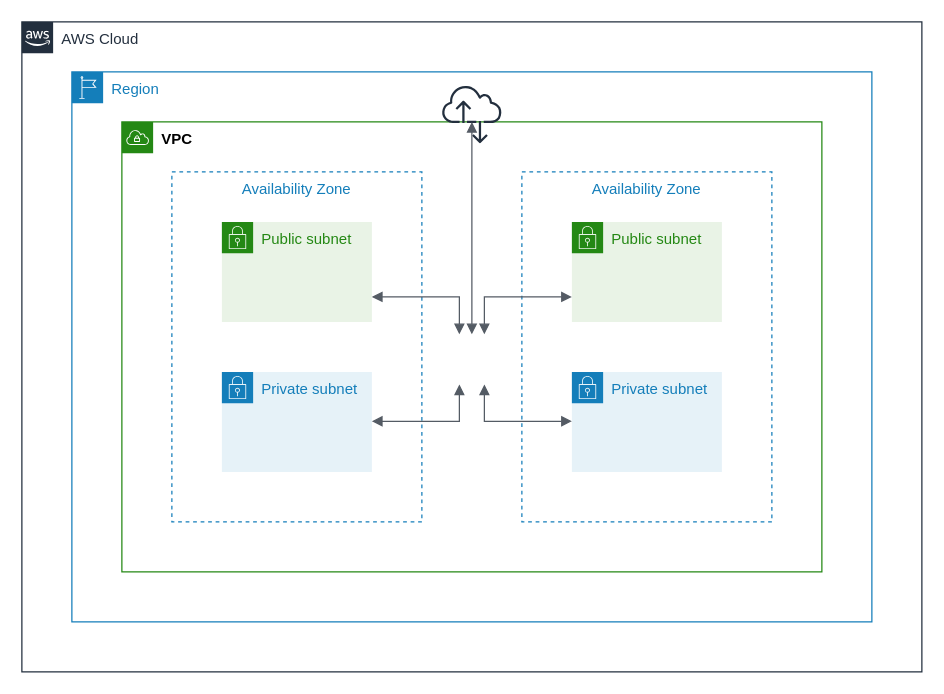
saisantoshg/learn_git keeps this draw.io diagram as Untitled Diagram.drawio. Above is the earlier version. Source tidied: cells renumbered, new cells numbered last; positions are measured from the earlier drawing's top-left corner, leaving out a move shared by most shapes. Both pictures are drawn from the tidied source at 125%, with x=0, y=0 at pixel (21, 21).
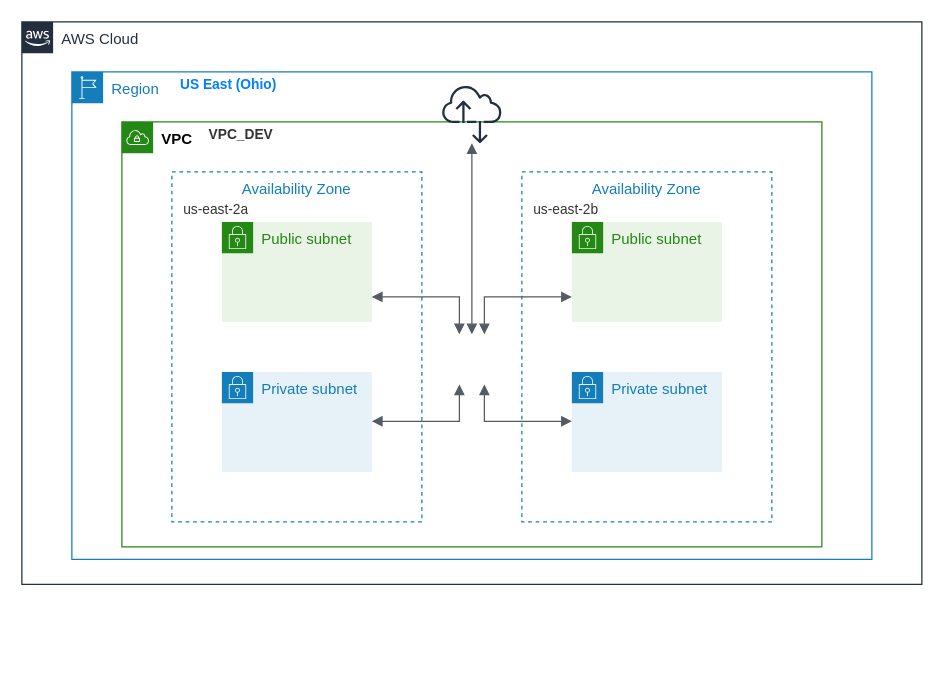
The same page after the edit.

The change refers to these unchanged cells:
```xml
<mxCell id="11" style="outlineConnect=0;fontColor=#232F3E;gradientColor=none;fillColor=#232F3E;strokeColor=none;dashed=0;verticalLabelPosition=bottom;verticalAlign=top;align=center;html=1;fontSize=12;fontStyle=0;shape=mxgraph.aws4.internet_alt2;" parent="1" vertex="1">
  <mxGeometry x="336" y="50" width="48" height="48" as="geometry" />
</mxCell>
```

The edit, as a diff of the source:
```diff
@@
     <mxCell id="2" value="AWS Cloud" style="gradientColor=none;html=1;whiteSpace=wrap;fontSize=12;fontStyle=0;shape=mxgraph.aws4.group;grIcon=mxgraph.aws4.group_aws_cloud_alt;strokeColor=#232F3E;fillColor=none;verticalAlign=top;align=left;spacingLeft=30;fontColor=#232F3E;dashed=0;" parent="1" vertex="1">
-      <mxGeometry width="720" height="520" as="geometry" />
+      <mxGeometry width="720" height="450" as="geometry" />
     </mxCell>
     <mxCell id="3" value="Region" style="gradientColor=none;html=1;whiteSpace=wrap;fontSize=12;fontStyle=0;shape=mxgraph.aws4.group;grIcon=mxgraph.aws4.group_region;strokeColor=#147EBA;fillColor=none;verticalAlign=top;align=left;spacingLeft=30;fontColor=#147EBA;dashed=0;" parent="1" vertex="1">
-      <mxGeometry x="40" y="40" width="640" height="440" as="geometry" />
+      <mxGeometry x="40" y="40" width="640" height="390" as="geometry" />
     </mxCell>
@@
     <mxCell id="10" value="VPC" style="points=[[0,0],[0.25,0],[0.5,0],[0.75,0],[1,0],[1,0.25],[1,0.5],[1,0.75],[1,1],[0.75,1],[0.5,1],[0.25,1],[0,1],[0,0.75],[0,0.5],[0,0.25]];outlineConnect=0;gradientColor=none;html=1;whiteSpace=wrap;fontSize=12;fontStyle=1;shape=mxgraph.aws4.group;grIcon=mxgraph.aws4.group_vpc;strokeColor=#248814;fillColor=none;verticalAlign=top;align=left;spacingLeft=30;fontColor=#000000;dashed=0;" parent="1" vertex="1">
-      <mxGeometry x="80" y="80" width="560" height="360" as="geometry" />
+      <mxGeometry x="80" y="80" width="560" height="340" as="geometry" />
     </mxCell>
@@
+    <mxCell id="18" value="US East (Ohio)" style="text;html=1;align=center;verticalAlign=middle;fillColor=none;strokeColor=none;rounded=0;shadow=1;fontColor=#007FFF;fontStyle=1;fontSize=11;" parent="1" vertex="1">
+      <mxGeometry x="120" y="40" width="90" height="20" as="geometry" />
+    </mxCell>
+    <mxCell id="19" value="VPC_DEV" style="text;html=1;align=center;verticalAlign=middle;fillColor=none;strokeColor=none;rounded=0;shadow=1;fontSize=11;fontColor=#333333;fontStyle=1;" parent="1" vertex="1">
+      <mxGeometry x="140" y="80" width="70" height="20" as="geometry" />
+    </mxCell>
+    <mxCell id="20" value="us-east-2a" style="text;html=1;align=center;verticalAlign=middle;fillColor=none;strokeColor=none;rounded=0;shadow=1;fontSize=11;fontColor=#333333;" parent="1" vertex="1">
+      <mxGeometry x="120" y="140" width="70" height="20" as="geometry" />
+    </mxCell>
+    <mxCell id="21" value="us-east-2b" style="text;html=1;align=center;verticalAlign=middle;fillColor=none;strokeColor=none;rounded=0;shadow=1;fontSize=11;fontColor=#333333;" parent="1" vertex="1">
+      <mxGeometry x="400" y="140" width="70" height="20" as="geometry" />
+    </mxCell>
+    <mxCell id="22" style="edgeStyle=orthogonalEdgeStyle;html=1;endArrow=block;elbow=vertical;startArrow=block;startFill=1;endFill=1;strokeColor=#545B64;rounded=0;fontSize=11;fontColor=#333333;" parent="1" edge="1" target="10">
+      <mxGeometry relative="1" as="geometry">
+        <mxPoint x="360" y="250" as="sourcePoint" />
+        <Array as="points">
+          <mxPoint x="380" y="340" />
+          <mxPoint x="380" y="340" />
+        </Array>
+      </mxGeometry>
+    </mxCell>
+    <mxCell id="23" style="edgeStyle=orthogonalEdgeStyle;html=1;endArrow=block;elbow=vertical;startArrow=block;startFill=1;endFill=1;strokeColor=#545B64;rounded=0;fontSize=11;fontColor=#333333;" parent="1" edge="1" source="11">
+      <mxGeometry relative="1" as="geometry">
+        <mxPoint x="360" y="250" as="targetPoint" />
+        <Array as="points">
+          <mxPoint x="360" y="250" />
+        </Array>
+      </mxGeometry>
+    </mxCell>
```
